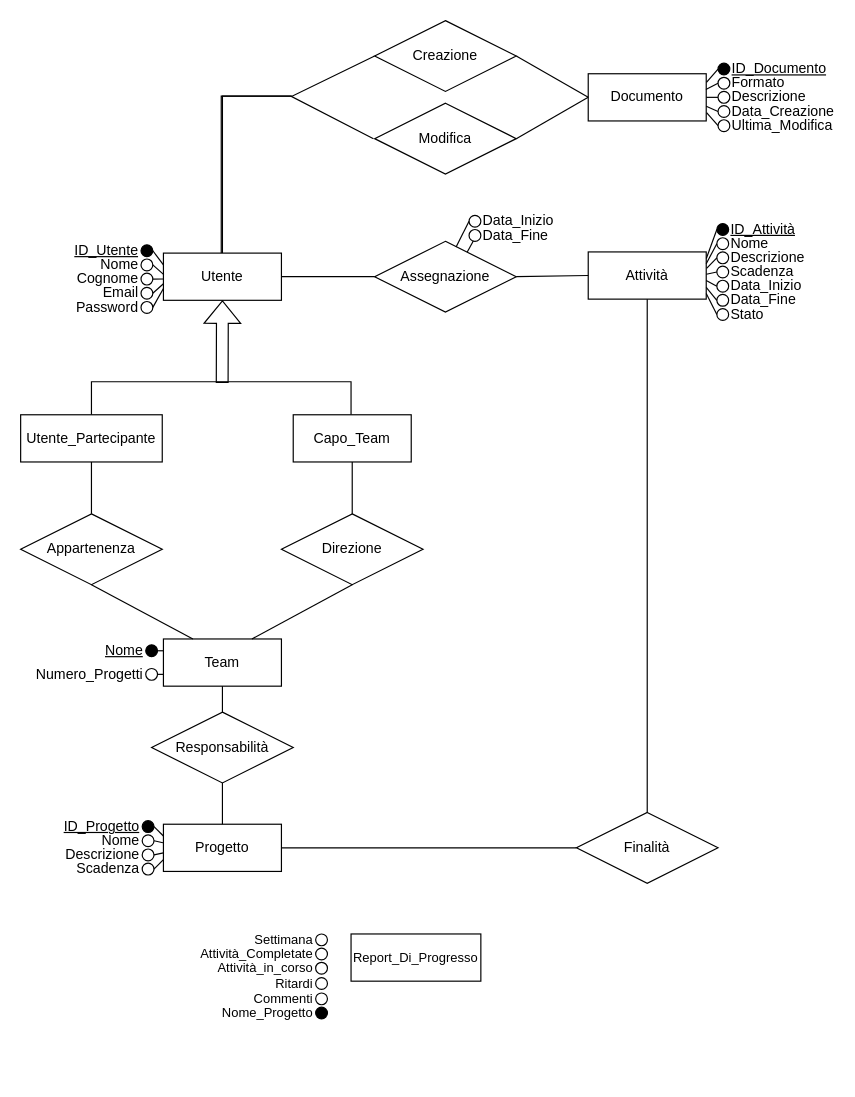
LuigiPuca/SWBD keeps this draw.io diagram as Diagramma E-R.drawio. Above is the earlier version. Source tidied: cells renumbered, new cells numbered last; positions are measured from the earlier drawing's top-left corner, leaving out a move shared by most shapes. Both pictures are drawn from the tidied source at 118%, with x=0, y=0 at pixel (20, 20).
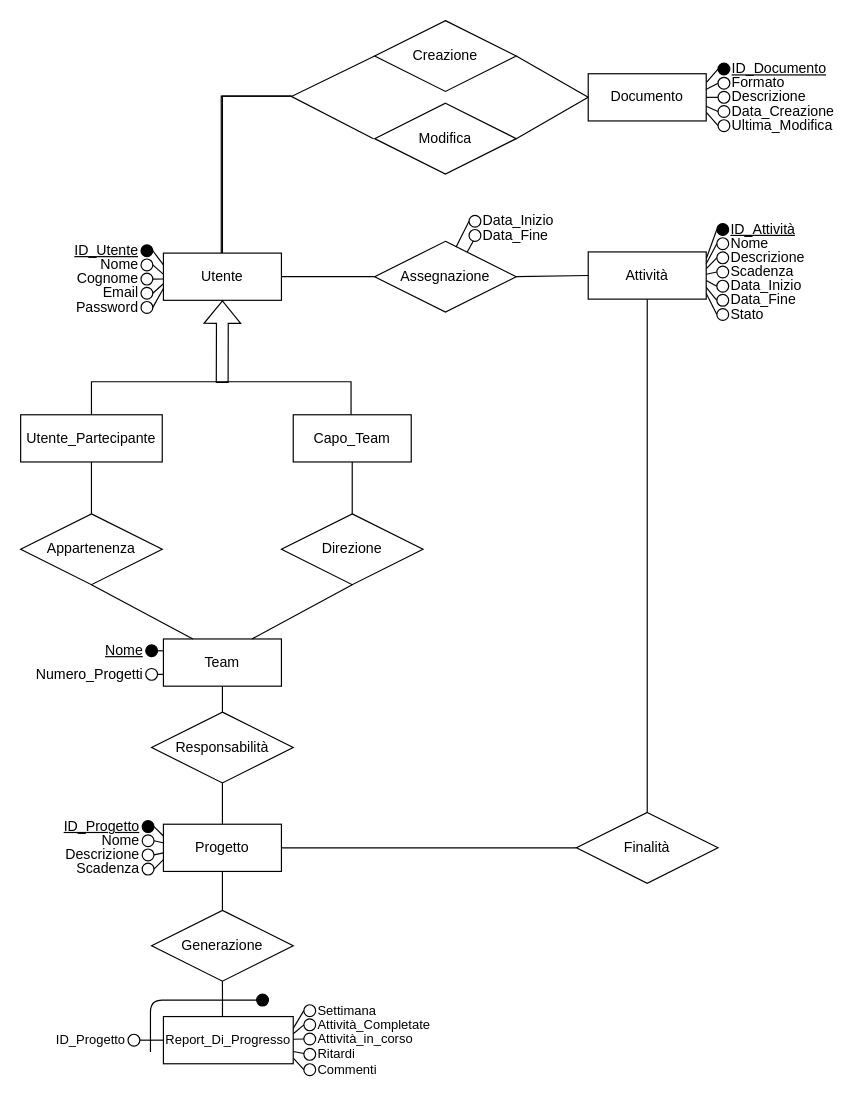
The same diagram, later.

The change refers to these unchanged cells:
```xml
<mxCell id="13" value="Progetto" style="whiteSpace=wrap;html=1;align=center;" parent="1" vertex="1">
  <mxGeometry x="121" y="681" width="100" height="40" as="geometry" />
</mxCell>
```

The edit, as a diff of the source:
```diff
@@
+    <mxCell id="89" style="edgeStyle=none;shape=connector;curved=0;rounded=0;jettySize=auto;html=1;exitX=0.5;exitY=1;exitDx=0;exitDy=0;entryX=0.5;entryY=0;entryDx=0;entryDy=0;labelBackgroundColor=default;strokeColor=default;align=center;verticalAlign=middle;fontFamily=Helvetica;fontSize=11;fontColor=default;endArrow=none;sourcePerimeterSpacing=0;targetPerimeterSpacing=0;" parent="1" edge="1" source="13" target="94">
+      <mxGeometry relative="1" as="geometry" />
+    </mxCell>
@@
+    <mxCell id="90" style="edgeStyle=none;shape=connector;curved=0;rounded=0;jettySize=auto;html=1;exitX=1;exitY=0.25;exitDx=0;exitDy=0;entryX=0;entryY=0.5;entryDx=0;entryDy=0;labelBackgroundColor=default;strokeColor=default;align=center;verticalAlign=middle;fontFamily=Helvetica;fontSize=11;fontColor=default;endArrow=none;sourcePerimeterSpacing=0;targetPerimeterSpacing=0;" parent="1" edge="1" source="82" target="83">
+      <mxGeometry relative="1" as="geometry" />
+    </mxCell>
+    <mxCell id="91" style="edgeStyle=none;shape=connector;curved=0;rounded=0;jettySize=auto;html=1;exitX=0;exitY=0.5;exitDx=0;exitDy=0;entryX=1;entryY=0.5;entryDx=0;entryDy=0;labelBackgroundColor=default;strokeColor=default;align=center;verticalAlign=middle;fontFamily=Helvetica;fontSize=11;fontColor=default;endArrow=none;sourcePerimeterSpacing=0;targetPerimeterSpacing=0;" parent="1" edge="1" source="82" target="88">
+      <mxGeometry relative="1" as="geometry" />
+    </mxCell>
     <mxCell id="82" value="Report_Di_Progresso" style="whiteSpace=wrap;html=1;align=center;fontFamily=Helvetica;fontSize=11;fontColor=default;" parent="1" vertex="1">
-      <mxGeometry x="280" y="774" width="110" height="40" as="geometry" />
+      <mxGeometry x="121" y="844" width="110" height="40" as="geometry" />
     </mxCell>
-    <mxCell id="83" value="Settimana" style="ellipse;whiteSpace=wrap;html=1;align=right;labelPosition=left;verticalLabelPosition=middle;verticalAlign=middle;fillColor=#FFFFFF;strokeColor=default;fillStyle=auto;gradientColor=none;fontFamily=Helvetica;fontSize=11;fontColor=default;" parent="1" vertex="1">
-      <mxGeometry x="250" y="774" width="10" height="10" as="geometry" />
+    <mxCell id="83" value="Settimana" style="ellipse;whiteSpace=wrap;html=1;align=left;labelPosition=right;verticalLabelPosition=middle;verticalAlign=middle;fillColor=#FFFFFF;strokeColor=default;fillStyle=auto;gradientColor=none;fontFamily=Helvetica;fontSize=11;fontColor=default;" parent="1" vertex="1">
+      <mxGeometry x="240" y="834" width="10" height="10" as="geometry" />
     </mxCell>
-    <mxCell id="84" value="Attività_Completate" style="ellipse;whiteSpace=wrap;html=1;align=right;labelPosition=left;verticalLabelPosition=middle;verticalAlign=middle;fillColor=#FFFFFF;strokeColor=default;fillStyle=auto;gradientColor=none;fontFamily=Helvetica;fontSize=11;fontColor=default;" parent="1" vertex="1">
-      <mxGeometry x="250" y="786" width="10" height="10" as="geometry" />
+    <mxCell id="84" value="Attività_Completate" style="ellipse;whiteSpace=wrap;html=1;align=left;labelPosition=right;verticalLabelPosition=middle;verticalAlign=middle;fillColor=#FFFFFF;strokeColor=default;fillStyle=auto;gradientColor=none;fontFamily=Helvetica;fontSize=11;fontColor=default;" parent="1" vertex="1">
+      <mxGeometry x="240" y="846" width="10" height="10" as="geometry" />
     </mxCell>
+    <mxCell id="92" style="edgeStyle=none;shape=connector;curved=0;rounded=0;jettySize=auto;html=1;labelBackgroundColor=default;strokeColor=default;align=center;verticalAlign=middle;fontFamily=Helvetica;fontSize=11;fontColor=default;endArrow=none;sourcePerimeterSpacing=0;targetPerimeterSpacing=0;" parent="1" edge="1" source="85" target="82">
+      <mxGeometry relative="1" as="geometry" />
+    </mxCell>
-    <mxCell id="85" value="Attività_in_corso" style="ellipse;whiteSpace=wrap;html=1;align=right;labelPosition=left;verticalLabelPosition=middle;verticalAlign=middle;fillColor=#FFFFFF;strokeColor=default;fillStyle=auto;gradientColor=none;fontFamily=Helvetica;fontSize=11;fontColor=default;" parent="1" vertex="1">
-      <mxGeometry x="250" y="798" width="10" height="10" as="geometry" />
+    <mxCell id="85" value="Attività_in_corso" style="ellipse;whiteSpace=wrap;html=1;align=left;labelPosition=right;verticalLabelPosition=middle;verticalAlign=middle;fillColor=#FFFFFF;strokeColor=default;fillStyle=auto;gradientColor=none;fontFamily=Helvetica;fontSize=11;fontColor=default;" parent="1" vertex="1">
+      <mxGeometry x="240" y="858" width="10" height="10" as="geometry" />
     </mxCell>
+    <mxCell id="93" style="edgeStyle=none;shape=connector;curved=0;rounded=0;jettySize=auto;html=1;labelBackgroundColor=default;strokeColor=default;align=center;verticalAlign=middle;fontFamily=Helvetica;fontSize=11;fontColor=default;endArrow=none;sourcePerimeterSpacing=0;targetPerimeterSpacing=0;" parent="1" edge="1" source="86" target="82">
+      <mxGeometry relative="1" as="geometry" />
+    </mxCell>
-    <mxCell id="86" value="Ritardi" style="ellipse;whiteSpace=wrap;html=1;align=right;labelPosition=left;verticalLabelPosition=middle;verticalAlign=middle;fillColor=#FFFFFF;strokeColor=default;fillStyle=auto;gradientColor=none;fontFamily=Helvetica;fontSize=11;fontColor=default;" parent="1" vertex="1">
-      <mxGeometry x="250" y="811" width="10" height="10" as="geometry" />
+    <mxCell id="86" value="Ritardi" style="ellipse;whiteSpace=wrap;html=1;align=left;labelPosition=right;verticalLabelPosition=middle;verticalAlign=middle;fillColor=#FFFFFF;strokeColor=default;fillStyle=auto;gradientColor=none;fontFamily=Helvetica;fontSize=11;fontColor=default;" parent="1" vertex="1">
+      <mxGeometry x="240" y="871" width="10" height="10" as="geometry" />
     </mxCell>
-    <mxCell id="87" value="Commenti" style="ellipse;whiteSpace=wrap;html=1;align=right;labelPosition=left;verticalLabelPosition=middle;verticalAlign=middle;fillColor=#FFFFFF;strokeColor=default;fillStyle=auto;gradientColor=none;fontFamily=Helvetica;fontSize=11;fontColor=default;" parent="1" vertex="1">
-      <mxGeometry x="250" y="824" width="10" height="10" as="geometry" />
+    <mxCell id="87" value="Commenti" style="ellipse;whiteSpace=wrap;html=1;align=left;labelPosition=right;verticalLabelPosition=middle;verticalAlign=middle;fillColor=#FFFFFF;strokeColor=default;fillStyle=auto;gradientColor=none;fontFamily=Helvetica;fontSize=11;fontColor=default;" parent="1" vertex="1">
+      <mxGeometry x="240" y="884" width="10" height="10" as="geometry" />
     </mxCell>
-    <mxCell id="88" value="Nome_Progetto" style="ellipse;whiteSpace=wrap;html=1;align=right;labelPosition=left;verticalLabelPosition=middle;verticalAlign=middle;fillColor=#000000;strokeColor=default;fillStyle=auto;gradientColor=none;fontFamily=Helvetica;fontSize=11;fontColor=default;" parent="1" vertex="1">
-      <mxGeometry x="250" y="836" width="10" height="10" as="geometry" />
+    <mxCell id="88" value="ID_Progetto" style="ellipse;whiteSpace=wrap;html=1;align=right;labelPosition=left;verticalLabelPosition=middle;verticalAlign=middle;fillStyle=auto;fontFamily=Helvetica;fontSize=11;" parent="1" vertex="1">
+      <mxGeometry x="91" y="859" width="10" height="10" as="geometry" />
     </mxCell>
+    <mxCell id="94" value="Generazione" style="shape=rhombus;perimeter=rhombusPerimeter;whiteSpace=wrap;html=1;align=center;" parent="1" vertex="1">
+      <mxGeometry x="111" y="754" width="120" height="60" as="geometry" />
+    </mxCell>
+    <mxCell id="95" style="edgeStyle=none;shape=connector;curved=0;rounded=0;jettySize=auto;html=1;exitX=0.5;exitY=1;exitDx=0;exitDy=0;entryX=0.455;entryY=0;entryDx=0;entryDy=0;entryPerimeter=0;labelBackgroundColor=default;strokeColor=default;align=center;verticalAlign=middle;fontFamily=Helvetica;fontSize=11;fontColor=default;endArrow=none;sourcePerimeterSpacing=0;targetPerimeterSpacing=0;" parent="1" edge="1" source="94" target="82">
+      <mxGeometry relative="1" as="geometry" />
+    </mxCell>
+    <mxCell id="96" style="edgeStyle=none;shape=connector;curved=0;rounded=0;jettySize=auto;html=1;exitX=0;exitY=0.5;exitDx=0;exitDy=0;entryX=1.001;entryY=0.364;entryDx=0;entryDy=0;entryPerimeter=0;labelBackgroundColor=default;strokeColor=default;align=center;verticalAlign=middle;fontFamily=Helvetica;fontSize=11;fontColor=default;endArrow=none;sourcePerimeterSpacing=0;targetPerimeterSpacing=0;" parent="1" edge="1" source="84" target="82">
+      <mxGeometry relative="1" as="geometry" />
+    </mxCell>
+    <mxCell id="97" style="edgeStyle=none;shape=connector;curved=0;rounded=0;jettySize=auto;html=1;exitX=0;exitY=0.5;exitDx=0;exitDy=0;entryX=1.004;entryY=0.892;entryDx=0;entryDy=0;entryPerimeter=0;labelBackgroundColor=default;strokeColor=default;align=center;verticalAlign=middle;fontFamily=Helvetica;fontSize=11;fontColor=default;endArrow=none;sourcePerimeterSpacing=0;targetPerimeterSpacing=0;" parent="1" edge="1" source="87" target="82">
+      <mxGeometry relative="1" as="geometry" />
+    </mxCell>
+    <mxCell id="98" style="edgeStyle=none;shape=connector;curved=0;rounded=1;jettySize=auto;html=1;exitX=0;exitY=0.5;exitDx=0;exitDy=0;labelBackgroundColor=default;strokeColor=default;align=center;verticalAlign=middle;fontFamily=Helvetica;fontSize=11;fontColor=default;endArrow=none;sourcePerimeterSpacing=0;targetPerimeterSpacing=0;" parent="1" edge="1" source="99">
+      <mxGeometry relative="1" as="geometry">
+        <mxPoint x="110" y="874" as="targetPoint" />
+        <Array as="points">
+          <mxPoint x="110" y="830" />
+        </Array>
+      </mxGeometry>
+    </mxCell>
+    <mxCell id="99" style="ellipse;whiteSpace=wrap;html=1;align=right;fontStyle=4;labelBackgroundColor=none;labelPosition=left;verticalLabelPosition=middle;verticalAlign=middle;fillColor=#000000;fontFamily=Helvetica;fontSize=11;fontColor=default;" parent="1" vertex="1">
+      <mxGeometry x="200" y="825" width="10" height="10" as="geometry" />
+    </mxCell>
```
